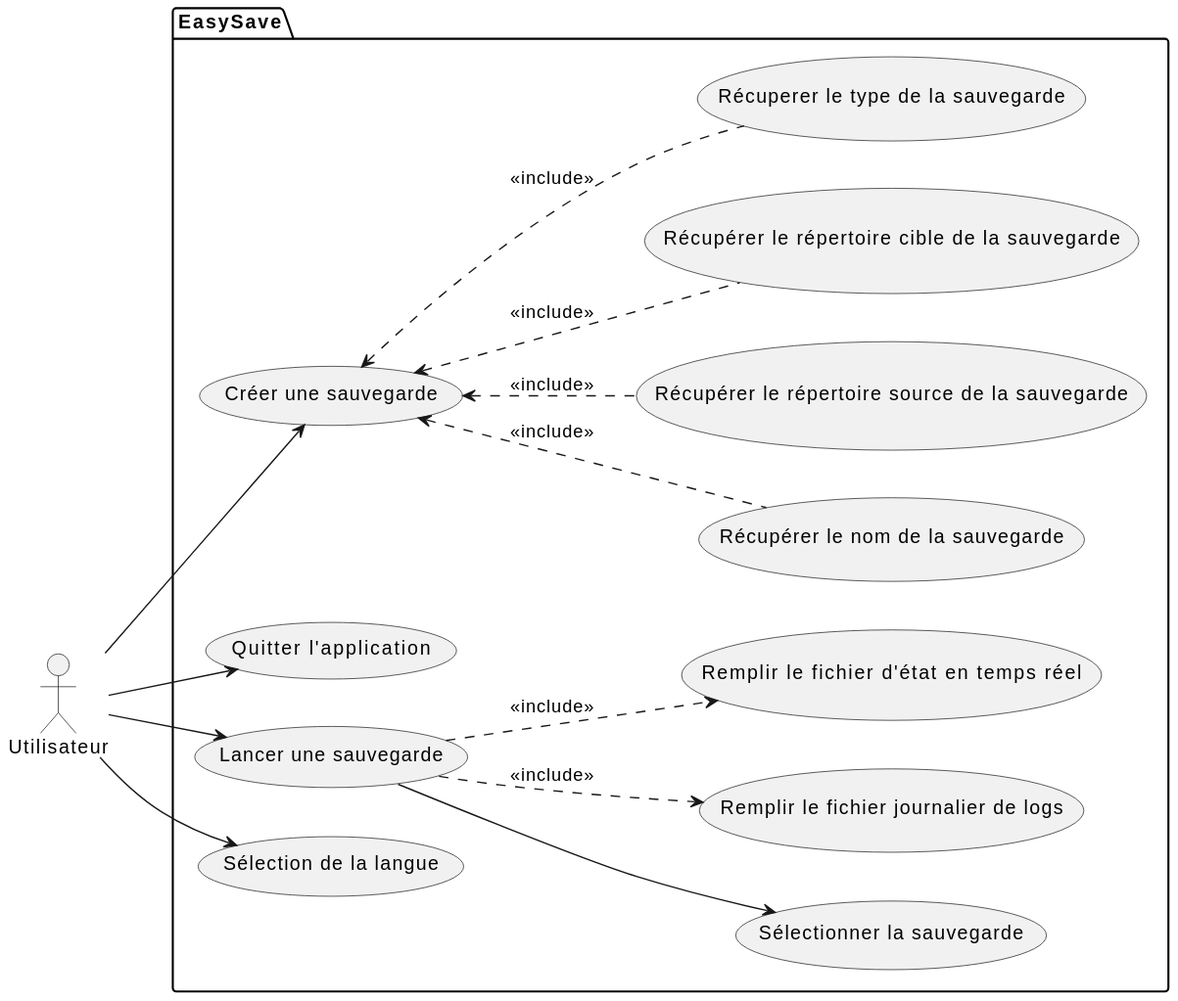
Before: UML/output/UseCaseDiagram.svg, a diagram exported from PlantUML (Melvin-Menanteau/EasySave).
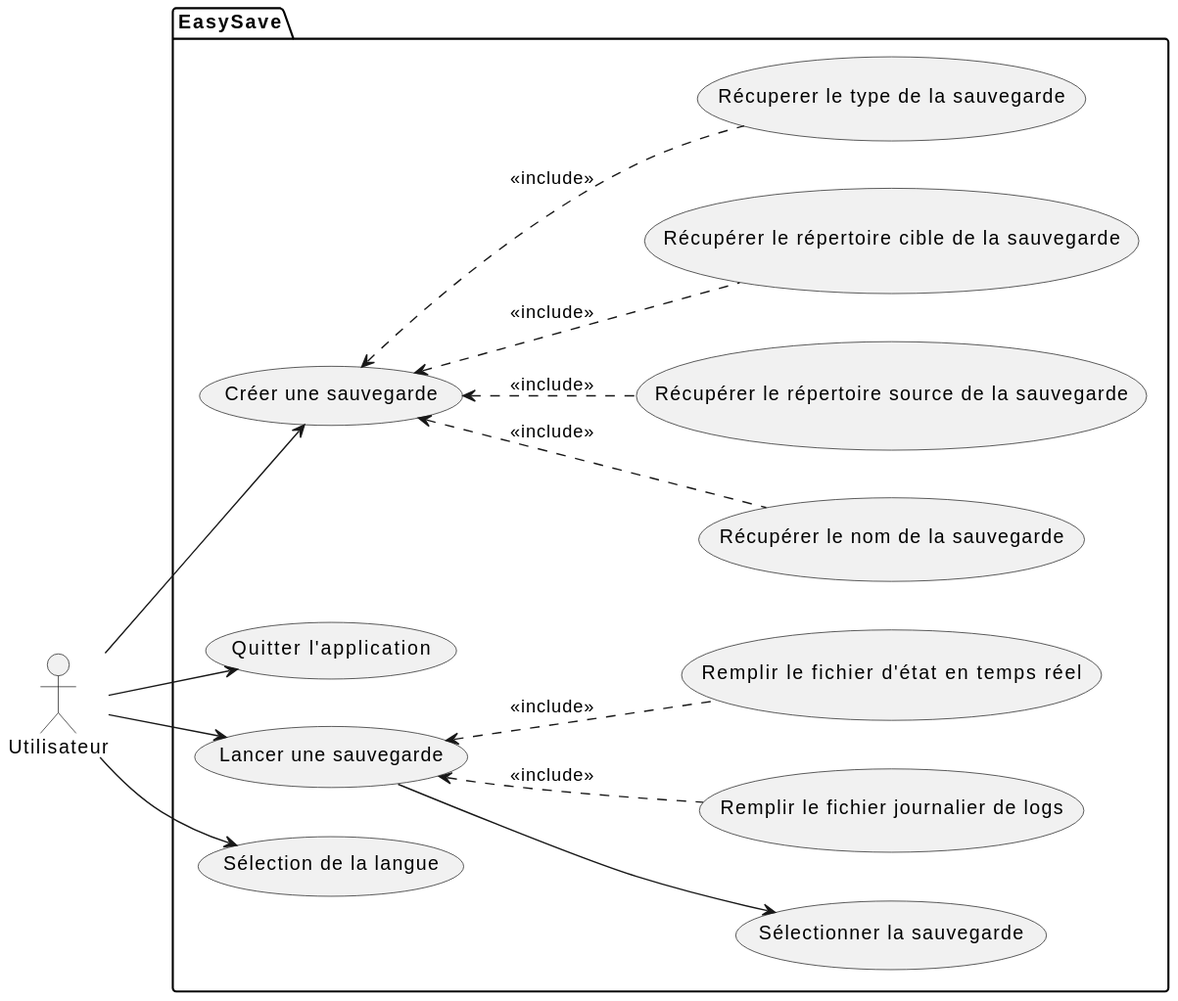
The same file after the commit.

The edit, as a diff of the source:
```diff
@@ -29,6 +29,6 @@
 user --> uc2
 
 uc2 --> uc3
-uc2 .-> uc4 : <<include>>
-uc2 .-> uc5 : <<include>>
+uc2 <-. uc4 : <<include>>
+uc2 <-. uc5 : <<include>>
 @enduml
```
